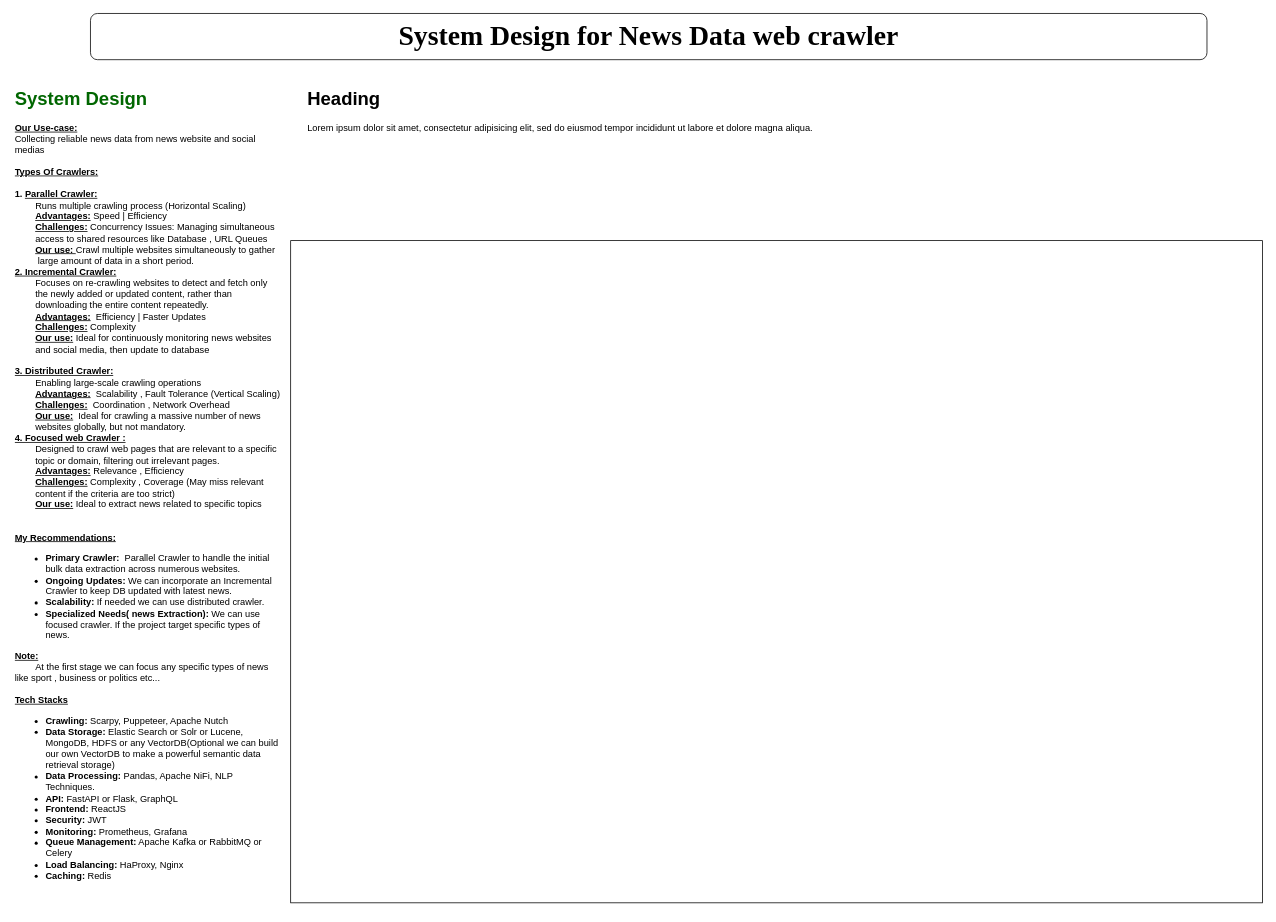
Above: Web Crawler System Design.drawio in donisabkmm/Web-Crawler-System-Design (draw.io), before the change. Source tidied: cells renumbered, new cells numbered last; positions are measured from the earlier drawing's top-left corner, leaving out a move shared by most shapes. Both pictures are drawn from the tidied source at 77%, with x=0, y=0 at pixel (13, 13).
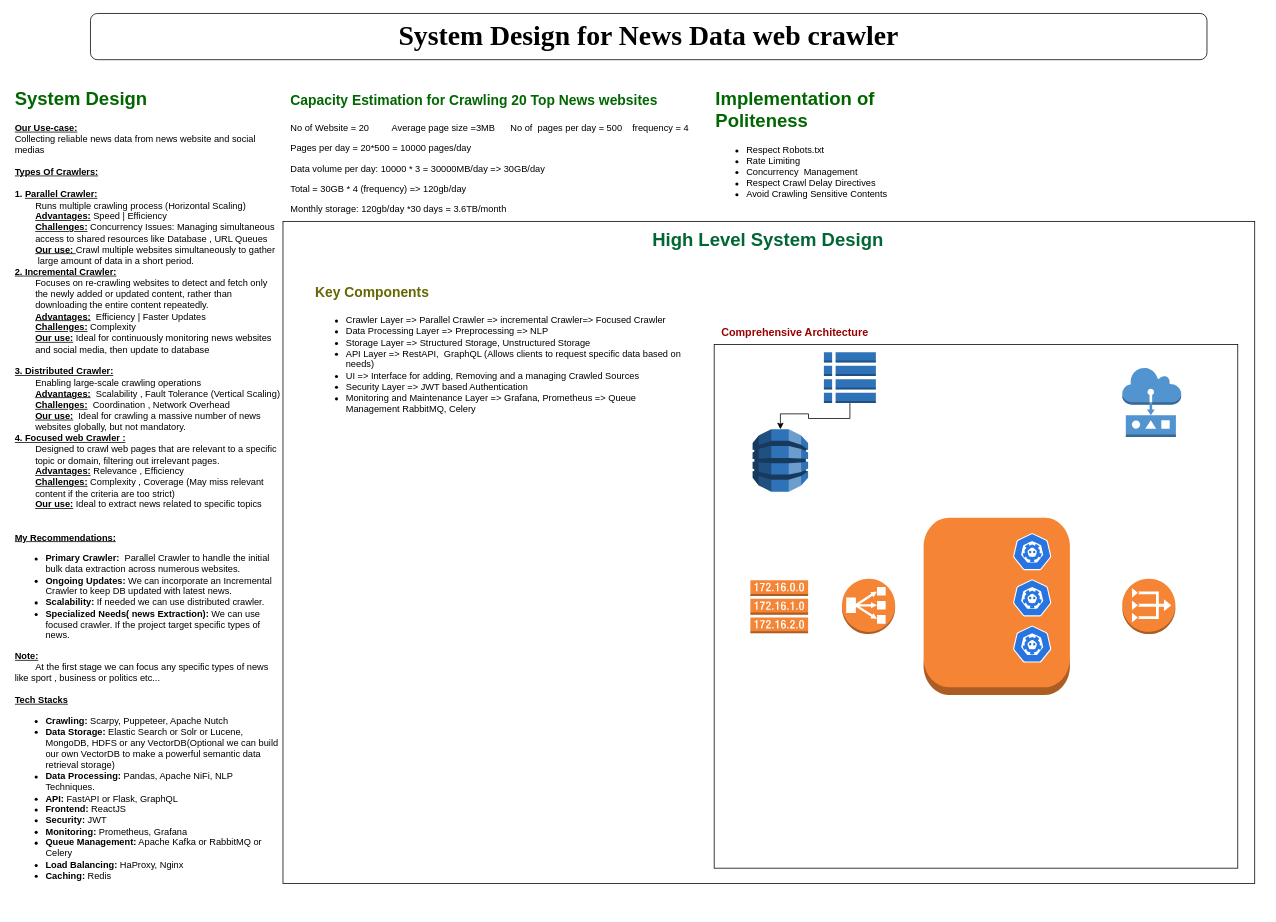
After the change.

What changed in the source:
```diff
@@
-    <mxCell id="4" value="&lt;h1 style=&quot;margin-top: 0px;&quot;&gt;Heading&lt;/h1&gt;&lt;p&gt;Lorem ipsum dolor sit amet, consectetur adipisicing elit, sed do eiusmod tempor incididunt ut labore et dolore magna aliqua.&lt;/p&gt;" style="text;html=1;whiteSpace=wrap;overflow=hidden;rounded=0;" parent="1" vertex="1">
-      <mxGeometry x="380" y="90" width="1240" height="180" as="geometry" />
+    <mxCell id="4" value="&lt;h1 style=&quot;margin-top: 0px;&quot;&gt;&lt;font color=&quot;#006600&quot; style=&quot;font-size: 18px;&quot;&gt;Capacity Estimation for Crawling 20 Top News websites&lt;/font&gt;&lt;br&gt;&lt;/h1&gt;&lt;p&gt;No of Website = 20&amp;nbsp;&amp;nbsp;&amp;nbsp;&amp;nbsp;&amp;nbsp;&amp;nbsp;&amp;nbsp;&amp;nbsp; Average page size =3MB&amp;nbsp;&amp;nbsp;&amp;nbsp;&amp;nbsp;&amp;nbsp; No of&amp;nbsp; pages per day = 500 &amp;nbsp;&amp;nbsp; frequency = 4&amp;nbsp;&lt;/p&gt;&lt;p&gt;Pages per day = 20*500 = 10000 pages/day&amp;nbsp;&lt;/p&gt;&lt;p&gt;Data volume per day: 10000 * 3 = 30000MB/day =&amp;gt; 30GB/day &amp;nbsp;&lt;/p&gt;&lt;p&gt;Total = 30GB * 4 (frequency) =&amp;gt; 120gb/day&lt;/p&gt;&lt;p&gt;Monthly storage: 120gb/day *30 days = 3.6TB/month &lt;br&gt;&lt;/p&gt;&lt;p&gt;&lt;br&gt;&lt;/p&gt;" style="text;html=1;whiteSpace=wrap;overflow=hidden;rounded=0;" parent="1" vertex="1">
+      <mxGeometry x="358" y="90" width="540" height="180" as="geometry" />
     </mxCell>
     <mxCell id="5" style="rounded=0;whiteSpace=wrap;html=1;" parent="1" vertex="1">
-      <mxGeometry x="360" y="295" width="1262" height="860" as="geometry" />
+      <mxGeometry x="350" y="270" width="1262" height="860" as="geometry" />
     </mxCell>
+    <mxCell id="6" value="&lt;h1 style=&quot;margin-top: 0px;&quot;&gt;&lt;font color=&quot;#006600&quot;&gt;Implementation of Politeness&amp;nbsp;&lt;/font&gt;&lt;/h1&gt;&lt;div&gt;&lt;ul&gt;&lt;li&gt;Respect Robots.txt&lt;/li&gt;&lt;li&gt;Rate Limiting&lt;/li&gt;&lt;li&gt;Concurrency&amp;nbsp; Management&lt;/li&gt;&lt;li&gt;Respect Crawl Delay Directives&lt;/li&gt;&lt;li&gt;Avoid Crawling Sensitive Contents&lt;br&gt;&lt;/li&gt;&lt;/ul&gt;&lt;/div&gt;" style="text;html=1;whiteSpace=wrap;overflow=hidden;rounded=0;" parent="1" vertex="1">
+      <mxGeometry x="910" y="90" width="330" height="180" as="geometry" />
+    </mxCell>
+    <mxCell id="7" value="&lt;b&gt;&lt;font color=&quot;#006633&quot; style=&quot;font-size: 24px;&quot;&gt;High Level System Design&lt;br&gt;&lt;/font&gt;&lt;/b&gt;" style="text;html=1;align=center;verticalAlign=middle;whiteSpace=wrap;rounded=0;" parent="1" vertex="1">
+      <mxGeometry x="370" y="280" width="1220" height="30" as="geometry" />
+    </mxCell>
+    <mxCell id="8" value="&lt;h1 style=&quot;margin-top: 0px;&quot;&gt;&lt;font color=&quot;#666600&quot; style=&quot;font-size: 18px;&quot;&gt;Key Components&lt;/font&gt;&lt;br&gt;&lt;/h1&gt;&lt;ul&gt;&lt;li&gt;Crawler Layer =&amp;gt; Parallel Crawler =&amp;gt; incremental Crawler=&amp;gt; Focused Crawler&lt;/li&gt;&lt;li&gt;Data Processing Layer =&amp;gt; Preprocessing =&amp;gt; NLP&lt;/li&gt;&lt;li&gt;Storage Layer =&amp;gt; Structured Storage, Unstructured Storage&lt;/li&gt;&lt;li&gt;API Layer =&amp;gt; RestAPI,&amp;nbsp; GraphQL (Allows clients to request specific data based on needs)&lt;/li&gt;&lt;li&gt;UI =&amp;gt; Interface for adding, Removing and a managing Crawled Sources&lt;/li&gt;&lt;li&gt;Security Layer =&amp;gt; JWT based Authentication&lt;/li&gt;&lt;li&gt;Monitoring and Maintenance Layer =&amp;gt; Grafana, Prometheus =&amp;gt; Queue Management RabbitMQ, Celery&lt;br&gt;&lt;/li&gt;&lt;/ul&gt;" style="text;html=1;whiteSpace=wrap;overflow=hidden;rounded=0;" parent="1" vertex="1">
+      <mxGeometry x="390" y="340" width="480" height="200" as="geometry" />
+    </mxCell>
+    <mxCell id="9" style="whiteSpace=wrap;html=1;" parent="1" vertex="1">
+      <mxGeometry x="910" y="430" width="680" height="680" as="geometry" />
+    </mxCell>
+    <mxCell id="10" value="&lt;font color=&quot;#990000&quot; style=&quot;font-size: 14px;&quot;&gt;&lt;b&gt;Comprehensive Architecture&lt;/b&gt;&lt;/font&gt;" style="text;html=1;align=center;verticalAlign=middle;whiteSpace=wrap;rounded=0;" parent="1" vertex="1">
+      <mxGeometry x="910" y="400" width="210" height="30" as="geometry" />
+    </mxCell>
+    <mxCell id="11" style="edgeStyle=orthogonalEdgeStyle;rounded=0;jettySize=auto;html=1;exitX=0.5;exitY=1;exitDx=0;exitDy=0;exitPerimeter=0;entryX=0.5;entryY=0;entryDx=0;entryDy=0;entryPerimeter=0;" parent="1" edge="1" source="12" target="15">
+      <mxGeometry relative="1" as="geometry" />
+    </mxCell>
+    <mxCell id="12" style="outlineConnect=0;dashed=0;verticalLabelPosition=bottom;verticalAlign=top;align=center;html=1;shape=mxgraph.aws3.table;fillColor=#2E73B8;gradientColor=none;" parent="1" vertex="1">
+      <mxGeometry x="1052.5" y="440" width="67.5" height="66" as="geometry" />
+    </mxCell>
+    <mxCell id="13" style="dashed=0;verticalLabelPosition=bottom;verticalAlign=top;align=center;html=1;shape=mxgraph.aws3.route_table;fillColor=#F58536;gradientColor=none;" parent="1" vertex="1">
+      <mxGeometry x="957" y="736" width="75" height="69" as="geometry" />
+    </mxCell>
+    <mxCell id="14" style="dashed=0;verticalLabelPosition=bottom;verticalAlign=top;align=center;html=1;shape=mxgraph.aws3.actuator;fillColor=#5294CF;gradientColor=none;" parent="1" vertex="1">
+      <mxGeometry x="1440" y="460" width="76.5" height="90" as="geometry" />
+    </mxCell>
+    <mxCell id="15" style="outlineConnect=0;dashed=0;verticalLabelPosition=bottom;verticalAlign=top;align=center;html=1;shape=mxgraph.aws3.dynamo_db;fillColor=#2E73B8;gradientColor=none;" parent="1" vertex="1">
+      <mxGeometry x="960" y="540" width="72" height="81" as="geometry" />
+    </mxCell>
+    <mxCell id="16" style="dashed=0;verticalLabelPosition=bottom;verticalAlign=top;align=center;html=1;shape=mxgraph.aws3.vpc_nat_gateway;fillColor=#F58534;gradientColor=none;" parent="1" vertex="1">
+      <mxGeometry x="1440" y="734" width="69" height="72" as="geometry" />
+    </mxCell>
+    <mxCell id="17" style="dashed=0;verticalLabelPosition=bottom;verticalAlign=top;align=center;html=1;shape=mxgraph.aws3.classic_load_balancer;fillColor=#F58534;gradientColor=none;" parent="1" vertex="1">
+      <mxGeometry x="1076" y="734" width="69" height="72" as="geometry" />
+    </mxCell>
+    <mxCell id="18" style="dashed=0;verticalLabelPosition=bottom;verticalAlign=top;align=center;html=1;shape=mxgraph.aws3.instance;fillColor=#F58534;gradientColor=none;" parent="1" vertex="1">
+      <mxGeometry x="1182" y="655" width="190" height="230" as="geometry" />
+    </mxCell>
+    <mxCell id="19" style="sketch=0;html=1;dashed=0;whitespace=wrap;verticalLabelPosition=bottom;verticalAlign=top;fillColor=#2875E2;strokeColor=#ffffff;shape=mxgraph.kubernetes.icon2;prIcon=etcd;" parent="1" vertex="1">
+      <mxGeometry x="1298" y="675" width="50" height="48" as="geometry" />
+    </mxCell>
+    <mxCell id="20" style="sketch=0;html=1;dashed=0;whitespace=wrap;verticalLabelPosition=bottom;verticalAlign=top;fillColor=#2875E2;strokeColor=#ffffff;shape=mxgraph.kubernetes.icon2;prIcon=etcd;" parent="1" vertex="1">
+      <mxGeometry x="1298" y="735" width="50" height="48" as="geometry" />
+    </mxCell>
+    <mxCell id="21" style="sketch=0;html=1;dashed=0;whitespace=wrap;verticalLabelPosition=bottom;verticalAlign=top;fillColor=#2875E2;strokeColor=#ffffff;shape=mxgraph.kubernetes.icon2;prIcon=etcd;" parent="1" vertex="1">
+      <mxGeometry x="1298" y="795" width="50" height="48" as="geometry" />
+    </mxCell>
```
